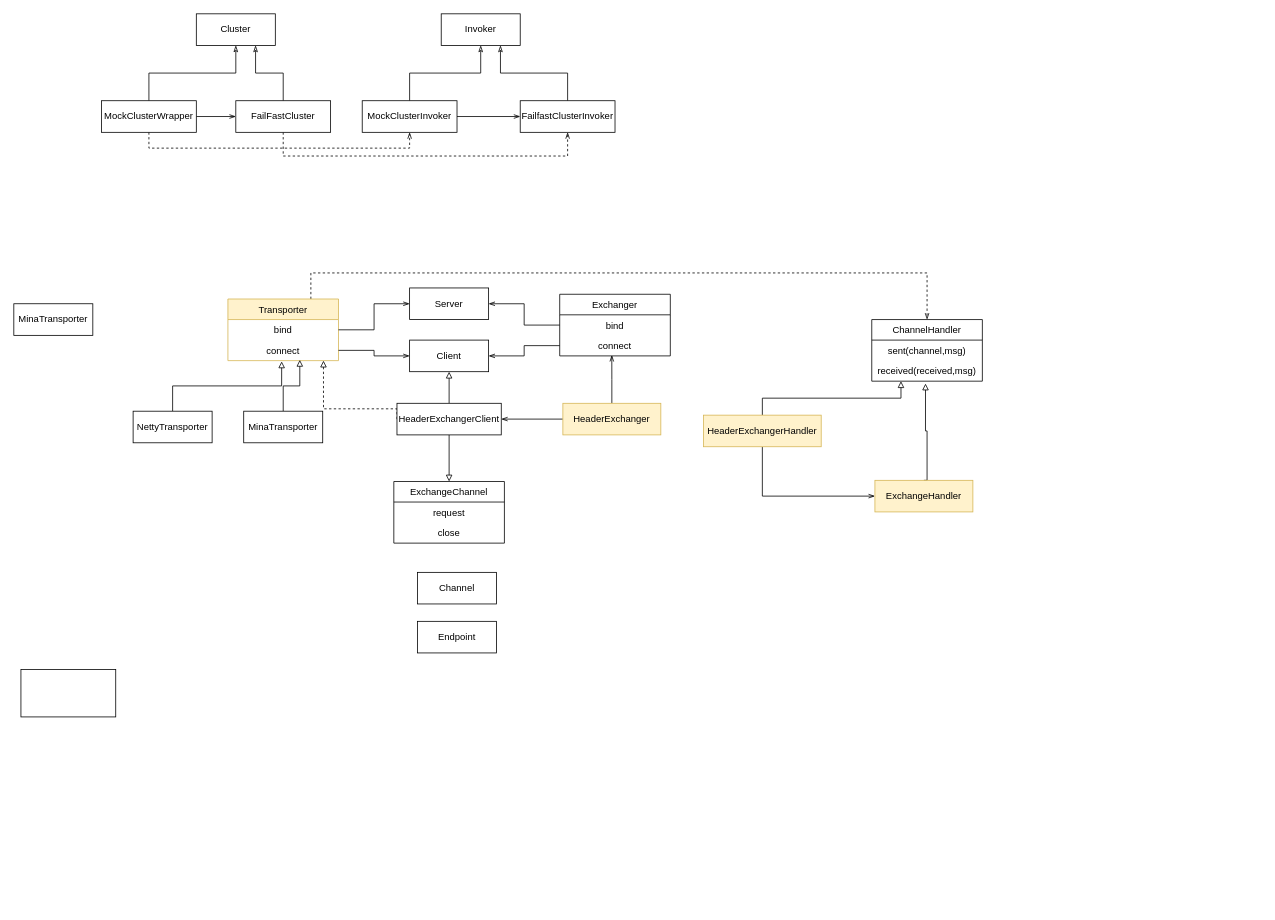
The draw.io diagram dubbo.drawio in MihirrajDixit/drawio, before the edit. Source tidied: cells renumbered, new cells numbered last; positions are measured from the earlier drawing's top-left corner, leaving out a move shared by most shapes. Both pictures are drawn from the tidied source at 79%, with x=0, y=0 at pixel (13, 13).
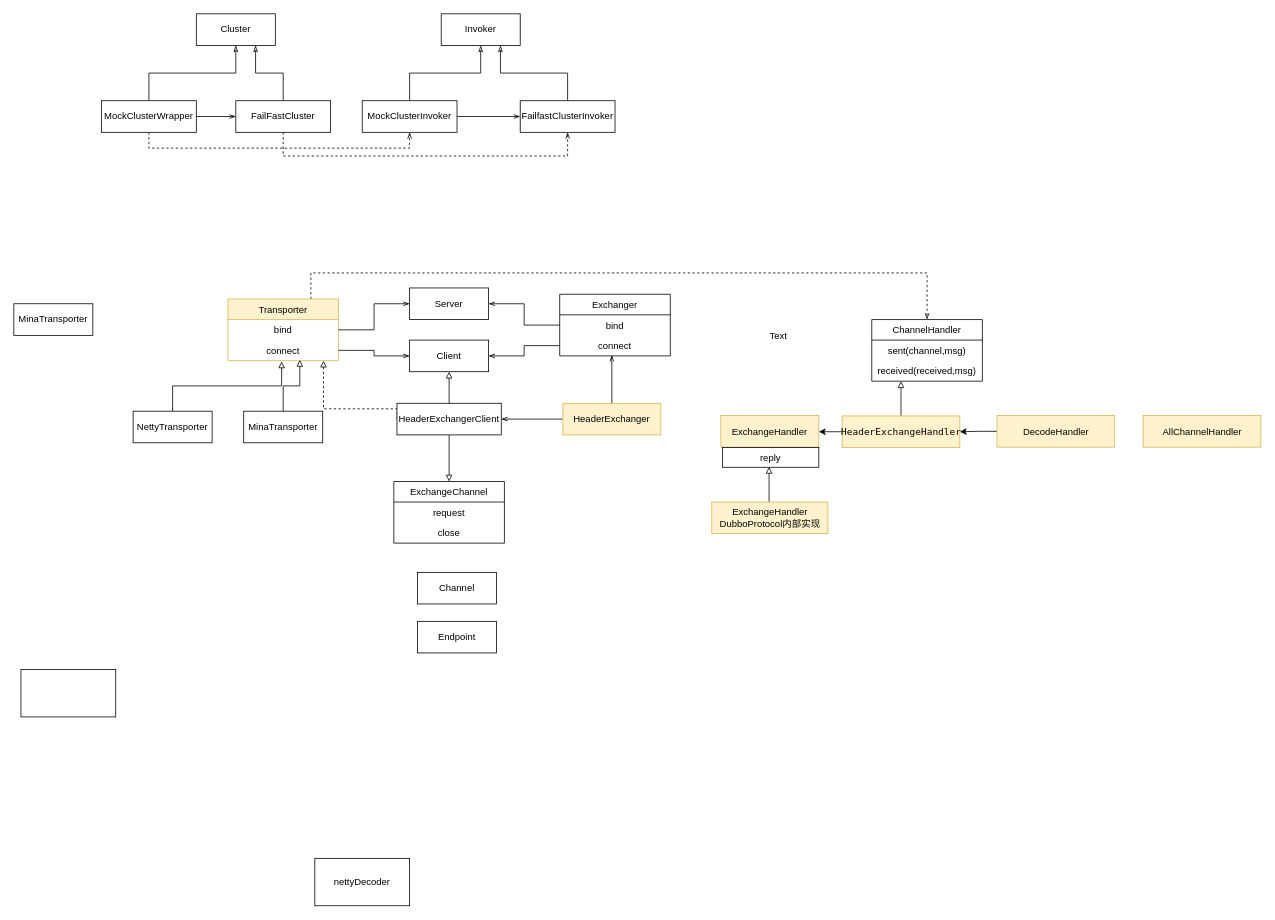
The same diagram, later.

The change refers to these unchanged cells:
```xml
<mxCell id="49" value="received(received,msg)" style="text;strokeColor=none;fillColor=none;align=center;verticalAlign=top;spacingLeft=4;spacingRight=4;overflow=hidden;points=[[0,0.5],[1,0.5]];portConstraint=eastwest;" parent="47" vertex="1">
  <mxGeometry y="52" width="140" height="26" as="geometry" />
</mxCell>
```

What changed in the source:
```diff
@@
-    <mxCell id="50" style="edgeStyle=orthogonalEdgeStyle;rounded=0;jettySize=auto;html=1;exitX=0.5;exitY=0;exitDx=0;exitDy=0;entryX=0.486;entryY=1.115;entryDx=0;entryDy=0;entryPerimeter=0;endArrow=block;endFill=0;" parent="1" edge="1" source="51" target="49">
-      <mxGeometry relative="1" as="geometry">
-        <Array as="points">
-          <mxPoint x="1156" y="528" />
-          <mxPoint x="1154" y="528" />
-        </Array>
-      </mxGeometry>
-    </mxCell>
     <mxCell id="51" value="ExchangeHandler" style="rounded=0;whiteSpace=wrap;html=1;fillColor=#fff2cc;strokeColor=#d6b656;" parent="1" vertex="1">
-      <mxGeometry x="1090" y="590.5" width="124" height="40" as="geometry" />
+      <mxGeometry x="895" y="508.5" width="124" height="40" as="geometry" />
     </mxCell>
+    <mxCell id="53" style="edgeStyle=orthogonalEdgeStyle;rounded=0;jettySize=auto;html=1;exitX=0.5;exitY=0;exitDx=0;exitDy=0;entryX=0.264;entryY=1;entryDx=0;entryDy=0;entryPerimeter=0;endArrow=block;endFill=0;" parent="1" edge="1" source="54" target="49">
+      <mxGeometry relative="1" as="geometry" />
+    </mxCell>
-    <mxCell id="52" style="edgeStyle=orthogonalEdgeStyle;rounded=0;jettySize=auto;html=1;exitX=0.5;exitY=1;exitDx=0;exitDy=0;entryX=0;entryY=0.5;entryDx=0;entryDy=0;endArrow=openThin;endFill=0;" parent="1" edge="1" source="54" target="51">
+    <mxCell id="52" style="edgeStyle=orthogonalEdgeStyle;rounded=0;jettySize=auto;html=1;exitX=0;exitY=0.5;exitDx=0;exitDy=0;entryX=1;entryY=0.5;entryDx=0;entryDy=0;" parent="1" edge="1" source="54" target="51">
       <mxGeometry relative="1" as="geometry" />
     </mxCell>
-    <mxCell id="53" style="edgeStyle=orthogonalEdgeStyle;rounded=0;jettySize=auto;html=1;exitX=0.5;exitY=0;exitDx=0;exitDy=0;entryX=0.264;entryY=1;entryDx=0;entryDy=0;entryPerimeter=0;endArrow=block;endFill=0;" parent="1" edge="1" source="54" target="49">
-      <mxGeometry relative="1" as="geometry" />
-    </mxCell>
-    <mxCell id="54" value="HeaderExchangerHandler" style="rounded=0;whiteSpace=wrap;html=1;fillColor=#fff2cc;strokeColor=#d6b656;" parent="1" vertex="1">
-      <mxGeometry x="873" y="508" width="149" height="40" as="geometry" />
+    <mxCell id="54" value="&lt;pre style=&quot;font-family: &amp;#34;menlo&amp;#34; ; font-size: 9pt&quot;&gt;HeaderExchangeHandler&lt;/pre&gt;" style="rounded=0;whiteSpace=wrap;html=1;fillColor=#fff2cc;strokeColor=#d6b656;" parent="1" vertex="1">
+      <mxGeometry x="1048.5" y="509" width="149" height="40" as="geometry" />
     </mxCell>
@@
+    <mxCell id="56" style="edgeStyle=orthogonalEdgeStyle;rounded=0;jettySize=auto;html=1;entryX=1;entryY=0.5;entryDx=0;entryDy=0;" parent="1" edge="1" source="57" target="54">
+      <mxGeometry relative="1" as="geometry" />
+    </mxCell>
+    <mxCell id="57" value="DecodeHandler" style="rounded=0;whiteSpace=wrap;html=1;fillColor=#fff2cc;strokeColor=#d6b656;" parent="1" vertex="1">
+      <mxGeometry x="1244.5" y="508.5" width="149" height="40" as="geometry" />
+    </mxCell>
+    <mxCell id="58" value="reply" style="rounded=0;whiteSpace=wrap;html=1;" parent="1" vertex="1">
+      <mxGeometry x="897" y="549" width="122" height="25" as="geometry" />
+    </mxCell>
+    <mxCell id="59" value="ExchangeHandler&lt;br&gt;DubboProtocol内部实现" style="rounded=0;whiteSpace=wrap;html=1;fillColor=#fff2cc;strokeColor=#d6b656;" parent="1" vertex="1">
+      <mxGeometry x="883.5" y="618" width="147" height="40" as="geometry" />
+    </mxCell>
+    <mxCell id="60" style="edgeStyle=orthogonalEdgeStyle;rounded=0;orthogonalLoop=1;jettySize=auto;html=1;exitX=0.5;exitY=0;exitDx=0;exitDy=0;entryX=0.264;entryY=1;entryDx=0;entryDy=0;entryPerimeter=0;endArrow=block;endFill=0;" parent="1" edge="1">
+      <mxGeometry relative="1" as="geometry">
+        <mxPoint x="956" y="617.5" as="sourcePoint" />
+        <mxPoint x="956" y="573.5" as="targetPoint" />
+      </mxGeometry>
+    </mxCell>
+    <mxCell id="61" value="nettyDecoder" style="rounded=0;whiteSpace=wrap;html=1;" parent="1" vertex="1">
+      <mxGeometry x="381" y="1069" width="120" height="60" as="geometry" />
+    </mxCell>
+    <mxCell id="62" value="AllChannelHandler" style="rounded=0;whiteSpace=wrap;html=1;fillColor=#fff2cc;strokeColor=#d6b656;" parent="1" vertex="1">
+      <mxGeometry x="1429.5" y="508.5" width="149" height="40" as="geometry" />
+    </mxCell>
+    <mxCell id="63" value="Text" style="text;html=1;align=left;verticalAlign=top;spacingTop=-4;" parent="1" vertex="1">
+      <mxGeometry x="955" y="398" width="32" height="14" as="geometry" />
+    </mxCell>
```
